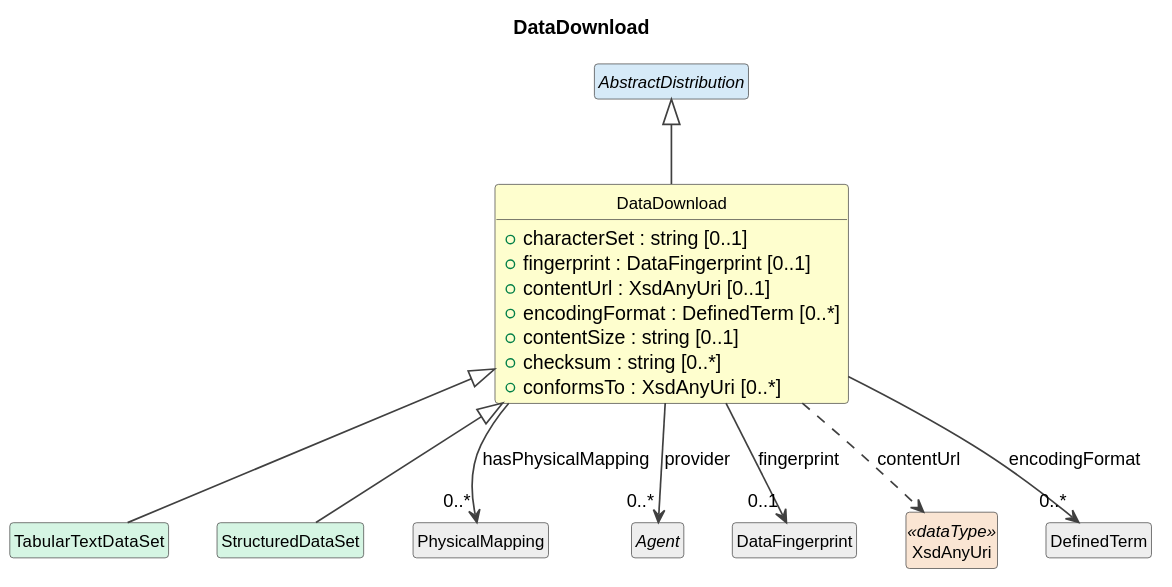
Cross-Domain-Interoperability-Framework/metadataBuildingBlocks keeps this PlantUML diagram as cdif-uml-model/_plantuml/cdifDataDescription/Classes/DataDownload.svg. Above is the earlier version.
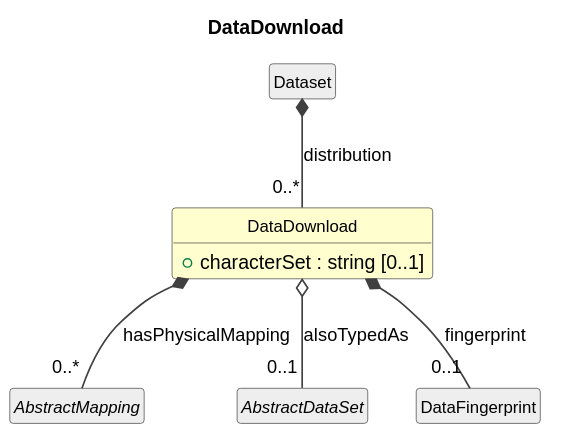
The same file after the commit.

Change to the diagram source:
```diff
@@ -12,27 +12,13 @@
 
 class "DataDownload" as DataDownload #FEFECE {
   +characterSet : string [0..1]
-  +fingerprint : DataFingerprint [0..1]
-  +contentUrl : XsdAnyUri [0..1]
-  +encodingFormat : DefinedTerm [0..*]
-  +contentSize : string [0..1]
-  +checksum : string [0..*]
-  +conformsTo : XsdAnyUri [0..*]
 }
-abstract class "AbstractDistribution" as AbstractDistribution #D6EAF8
-AbstractDistribution <|-- DataDownload
-class "TabularTextDataSet" as TabularTextDataSet #D5F5E3
-DataDownload <|-- TabularTextDataSet
-class "StructuredDataSet" as StructuredDataSet #D5F5E3
-DataDownload <|-- StructuredDataSet
-class "PhysicalMapping" as PhysicalMapping #EEEEEE
-DataDownload --> "0..*" PhysicalMapping : hasPhysicalMapping
-abstract class "Agent" as Agent #EEEEEE
-DataDownload --> "0..*" Agent : provider
+class "Dataset" as Dataset #EEEEEE
+Dataset *-- "0..*" DataDownload : distribution
+abstract class "AbstractMapping" as AbstractMapping #EEEEEE
+DataDownload *-- "0..*" AbstractMapping : hasPhysicalMapping
+abstract class "AbstractDataSet" as AbstractDataSet #EEEEEE
+DataDownload o-- "0..1" AbstractDataSet : alsoTypedAs
 class "DataFingerprint" as DataFingerprint #EEEEEE
-DataDownload --> "0..1" DataFingerprint : fingerprint
-class "XsdAnyUri" as XsdAnyUri <<dataType>> #FAE5D3
-DataDownload ..> XsdAnyUri : contentUrl
-class "DefinedTerm" as DefinedTerm #EEEEEE
-DataDownload --> "0..*" DefinedTerm : encodingFormat
+DataDownload *-- "0..1" DataFingerprint : fingerprint
 @enduml
```
